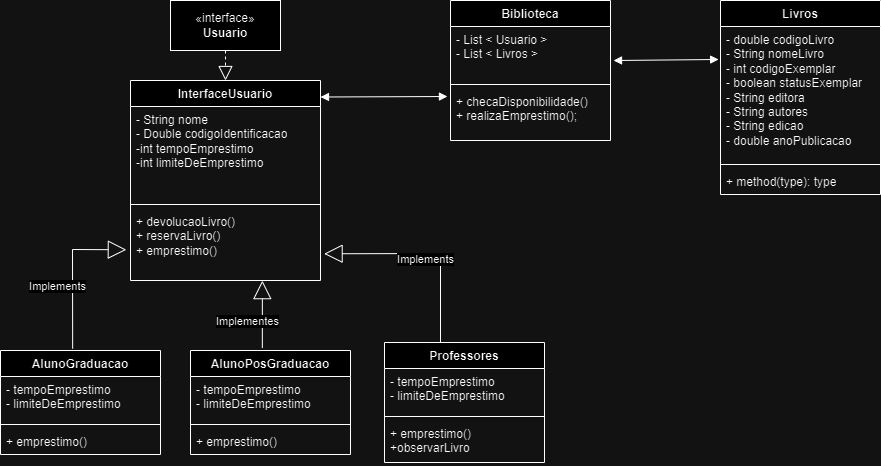
This is ClassesProjeto/DiagramaClassesTemporario.png from JoseRaimundo27/Trabalho-Final-EngSofware, a draw.io export, as it was before one commit. Source tidied: cells renumbered, new cells last; positions are measured from the earlier drawing's top-left corner, leaving out a move shared by most shapes.
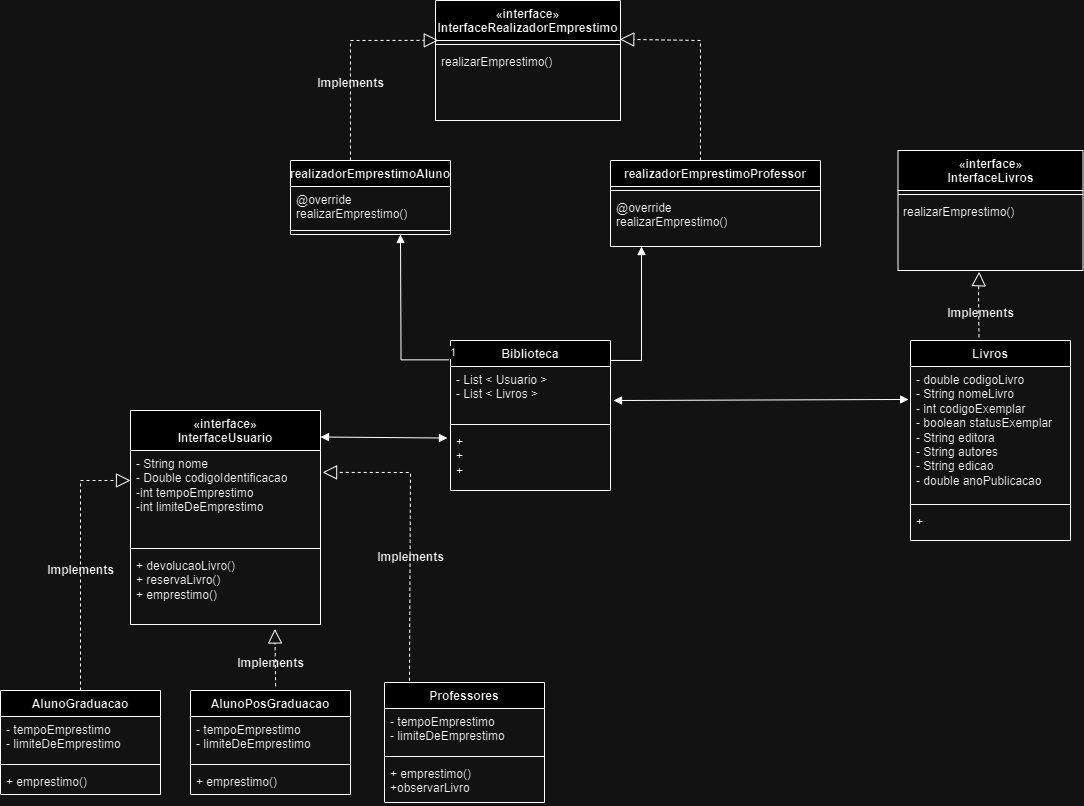
The same diagram one commit later.

What changed in the source:
```diff
@@ -2,23 +2,24 @@
   <root>
     <mxCell id="0" />
     <mxCell id="1" parent="0" />
-    <mxCell id="2" value="«interface»&lt;br&gt;&lt;b&gt;Usuario&lt;/b&gt;" style="html=1;whiteSpace=wrap;" parent="1" vertex="1">
-      <mxGeometry x="170" width="110" height="50" as="geometry" />
-    </mxCell>
-    <mxCell id="3" value="InterfaceUsuario" style="swimlane;fontStyle=1;align=center;verticalAlign=top;horizontal=1;startSize=26;whiteSpace=wrap;html=1;" parent="1" vertex="1">
-      <mxGeometry x="130" y="80" width="190" height="200" as="geometry" />
+    <mxCell id="3" value="«interface»&lt;br&gt;InterfaceUsuario" style="swimlane;fontStyle=1;align=center;verticalAlign=top;horizontal=1;startSize=40;whiteSpace=wrap;html=1;" parent="1" vertex="1">
+      <mxGeometry x="130" y="70" width="190" height="214" as="geometry" />
     </mxCell>
     <mxCell id="4" value="- String nome&lt;br&gt;- Double codigoIdentificacao&lt;br&gt;-int tempoEmprestimo&lt;br&gt;-int limiteDeEmprestimo&lt;br&gt;" style="text;strokeColor=none;fillColor=none;align=left;verticalAlign=top;spacingLeft=4;spacingRight=4;overflow=hidden;points=[[0,0.5],[1,0.5]];portConstraint=eastwest;whiteSpace=wrap;html=1;" parent="3" vertex="1">
-      <mxGeometry y="26" width="190" height="94" as="geometry" />
+      <mxGeometry y="40" width="190" height="94" as="geometry" />
     </mxCell>
     <mxCell id="5" style="line;strokeWidth=1;fillColor=none;align=left;verticalAlign=middle;spacingTop=-1;spacingLeft=3;spacingRight=3;labelPosition=right;strokeColor=inherit;" parent="3" vertex="1">
-      <mxGeometry y="120" width="190" height="8" as="geometry" />
+      <mxGeometry y="134" width="190" height="8" as="geometry" />
     </mxCell>
     <mxCell id="6" value="+ devolucaoLivro()&lt;br&gt;+ reservaLivro()&lt;br&gt;+ emprestimo()" style="text;strokeColor=none;fillColor=none;align=left;verticalAlign=top;spacingLeft=4;spacingRight=4;overflow=hidden;points=[[0,0.5],[1,0.5]];portConstraint=eastwest;whiteSpace=wrap;html=1;" parent="3" vertex="1">
-      <mxGeometry y="128" width="190" height="72" as="geometry" />
+      <mxGeometry y="142" width="190" height="72" as="geometry" />
     </mxCell>
-    <mxCell id="7" style="endArrow=block;dashed=1;endFill=0;endSize=12;html=1;rounded=0;exitX=0.5;exitY=1;exitDx=0;exitDy=0;" parent="1" edge="1" source="2" target="3">
-      <mxGeometry relative="1" as="geometry" />
+    <mxCell id="7" style="endArrow=block;dashed=1;endFill=0;endSize=12;html=1;rounded=0;exitX=0.5;exitY=0;exitDx=0;exitDy=0;entryX=0;entryY=0.319;entryDx=0;entryDy=0;entryPerimeter=0;" parent="1" edge="1" source="8" target="4">
+      <mxGeometry relative="1" as="geometry">
+        <Array as="points">
+          <mxPoint x="80" y="140" />
+        </Array>
+      </mxGeometry>
     </mxCell>
     <mxCell id="8" value="AlunoGraduacao" style="swimlane;fontStyle=1;align=center;verticalAlign=top;horizontal=1;startSize=26;whiteSpace=wrap;html=1;" parent="1" vertex="1">
       <mxGeometry y="350" width="160" height="104" as="geometry" />
@@ -56,26 +57,8 @@
     <mxCell id="19" value="+ emprestimo()&lt;br&gt;+observarLivro" style="text;strokeColor=none;fillColor=none;align=left;verticalAlign=top;spacingLeft=4;spacingRight=4;overflow=hidden;whiteSpace=wrap;html=1;" parent="16" vertex="1">
       <mxGeometry y="78" width="160" height="42" as="geometry" />
     </mxCell>
-    <mxCell id="20" value="Implements" style="endArrow=block;endSize=16;endFill=0;html=1;rounded=0;entryX=-0.022;entryY=0.573;entryDx=0;entryDy=0;entryPerimeter=0;exitX=0.451;exitY=-0.018;exitDx=0;exitDy=0;exitPerimeter=0;" parent="1" edge="1" source="8" target="6">
-      <mxGeometry x="-0.19" y="15" relative="1" as="geometry">
-        <Array as="points">
-          <mxPoint x="72" y="249" />
-        </Array>
-      </mxGeometry>
-    </mxCell>
-    <mxCell id="21" value="Implements" style="endArrow=block;endSize=16;endFill=0;html=1;rounded=0;entryX=1.019;entryY=0.629;entryDx=0;entryDy=0;entryPerimeter=0;" parent="1" edge="1" target="6">
-      <mxGeometry x="-0.19" y="15" relative="1" as="geometry">
-        <mxPoint x="440" y="342" as="sourcePoint" />
-        <Array as="points">
-          <mxPoint x="440" y="253" />
-        </Array>
-      </mxGeometry>
-    </mxCell>
-    <mxCell id="22" value="Implementes" style="endArrow=block;endSize=16;endFill=0;html=1;rounded=0;entryX=0.694;entryY=1.002;entryDx=0;entryDy=0;entryPerimeter=0;exitX=0.449;exitY=-0.023;exitDx=0;exitDy=0;exitPerimeter=0;" parent="1" edge="1" source="12" target="6">
-      <mxGeometry x="-0.19" y="15" relative="1" as="geometry" />
-    </mxCell>
     <mxCell id="23" value="Biblioteca" style="swimlane;fontStyle=1;align=center;verticalAlign=top;horizontal=1;startSize=26;whiteSpace=wrap;html=1;" parent="1" vertex="1">
-      <mxGeometry x="450" width="160" height="140" as="geometry" />
+      <mxGeometry x="450" width="160" height="150" as="geometry" />
     </mxCell>
     <mxCell id="24" value="- List &amp;lt; Usuario &amp;gt;&lt;br&gt;- List &amp;lt; Livros &amp;gt;" style="text;strokeColor=none;fillColor=none;align=left;verticalAlign=top;spacingLeft=4;spacingRight=4;overflow=hidden;points=[[0,0.5],[1,0.5]];portConstraint=eastwest;whiteSpace=wrap;html=1;" parent="23" vertex="1">
       <mxGeometry y="26" width="160" height="54" as="geometry" />
@@ -83,11 +66,11 @@
     <mxCell id="25" style="line;strokeWidth=1;fillColor=none;align=left;verticalAlign=middle;spacingTop=-1;spacingLeft=3;spacingRight=3;labelPosition=right;strokeColor=inherit;" parent="23" vertex="1">
       <mxGeometry y="80" width="160" height="8" as="geometry" />
     </mxCell>
-    <mxCell id="26" value="+ checaDisponibilidade()&lt;br&gt;+ realizaEmprestimo();" style="text;strokeColor=none;fillColor=none;align=left;verticalAlign=top;spacingLeft=4;spacingRight=4;overflow=hidden;points=[[0,0.5],[1,0.5]];portConstraint=eastwest;whiteSpace=wrap;html=1;" parent="23" vertex="1">
-      <mxGeometry y="88" width="160" height="52" as="geometry" />
+    <mxCell id="26" value="+&lt;br&gt;+&lt;br&gt;+" style="text;strokeColor=none;fillColor=none;align=left;verticalAlign=top;spacingLeft=4;spacingRight=4;overflow=hidden;points=[[0,0.5],[1,0.5]];portConstraint=eastwest;whiteSpace=wrap;html=1;" parent="23" vertex="1">
+      <mxGeometry y="88" width="160" height="62" as="geometry" />
     </mxCell>
     <mxCell id="27" value="Livros" style="swimlane;fontStyle=1;align=center;verticalAlign=top;horizontal=1;startSize=26;whiteSpace=wrap;html=1;" parent="1" vertex="1">
-      <mxGeometry x="720" width="160" height="194" as="geometry" />
+      <mxGeometry x="910" width="160" height="200" as="geometry" />
     </mxCell>
     <mxCell id="28" value="- double codigoLivro&lt;br&gt;- String nomeLivro&lt;br&gt;- int codigoExemplar&lt;br&gt;- boolean statusExemplar&lt;br&gt;- String editora&lt;br&gt;- String autores&lt;br&gt;- String edicao&lt;br&gt;- double anoPublicacao" style="text;strokeColor=none;fillColor=none;align=left;verticalAlign=top;spacingLeft=4;spacingRight=4;overflow=hidden;points=[[0,0.5],[1,0.5]];portConstraint=eastwest;whiteSpace=wrap;html=1;" parent="27" vertex="1">
       <mxGeometry y="26" width="160" height="134" as="geometry" />
@@ -95,8 +78,8 @@
     <mxCell id="29" style="line;strokeWidth=1;fillColor=none;align=left;verticalAlign=middle;spacingTop=-1;spacingLeft=3;spacingRight=3;labelPosition=right;strokeColor=inherit;" parent="27" vertex="1">
       <mxGeometry y="160" width="160" height="8" as="geometry" />
     </mxCell>
-    <mxCell id="30" value="+ method(type): type" style="text;strokeColor=none;fillColor=none;align=left;verticalAlign=top;spacingLeft=4;spacingRight=4;overflow=hidden;whiteSpace=wrap;html=1;" parent="27" vertex="1">
-      <mxGeometry y="168" width="160" height="26" as="geometry" />
+    <mxCell id="30" value="+&lt;br&gt;" style="text;strokeColor=none;fillColor=none;align=left;verticalAlign=top;spacingLeft=4;spacingRight=4;overflow=hidden;whiteSpace=wrap;html=1;" parent="27" vertex="1">
+      <mxGeometry y="168" width="160" height="32" as="geometry" />
     </mxCell>
     <mxCell id="31" style="endArrow=block;startArrow=block;endFill=1;startFill=1;html=1;rounded=0;entryX=-0.019;entryY=0.154;entryDx=0;entryDy=0;entryPerimeter=0;" parent="1" edge="1" target="26">
       <mxGeometry relative="1" as="geometry">
@@ -106,5 +89,108 @@
     <mxCell id="32" style="endArrow=block;startArrow=block;endFill=1;startFill=1;html=1;rounded=0;exitX=1.019;exitY=0.63;exitDx=0;exitDy=0;exitPerimeter=0;entryX=-0.012;entryY=0.246;entryDx=0;entryDy=0;entryPerimeter=0;" parent="1" edge="1" source="24" target="28">
       <mxGeometry relative="1" as="geometry" />
     </mxCell>
+    <mxCell id="33" value="realizadorEmprestimoAluno" style="swimlane;fontStyle=1;align=center;verticalAlign=top;horizontal=1;startSize=26;whiteSpace=wrap;html=1;" parent="1" vertex="1">
+      <mxGeometry x="290" y="-180" width="160" height="74" as="geometry" />
+    </mxCell>
+    <mxCell id="34" value="@override&lt;br&gt;realizarEmprestimo()" style="text;strokeColor=none;fillColor=none;align=left;verticalAlign=top;spacingLeft=4;spacingRight=4;overflow=hidden;whiteSpace=wrap;html=1;" parent="33" vertex="1">
+      <mxGeometry y="26" width="160" height="40" as="geometry" />
+    </mxCell>
+    <mxCell id="35" style="line;strokeWidth=1;fillColor=none;align=left;verticalAlign=middle;spacingTop=-1;spacingLeft=3;spacingRight=3;labelPosition=right;strokeColor=inherit;" parent="33" vertex="1">
+      <mxGeometry y="66" width="160" height="8" as="geometry" />
+    </mxCell>
+    <mxCell id="36" value="«interface»&lt;br style=&quot;border-color: var(--border-color); font-weight: 400;&quot;&gt;InterfaceRealizadorEmprestimo" style="swimlane;fontStyle=1;align=center;verticalAlign=top;horizontal=1;startSize=40;whiteSpace=wrap;html=1;" parent="1" vertex="1">
+      <mxGeometry x="435" y="-340" width="185" height="120" as="geometry" />
+    </mxCell>
+    <mxCell id="37" style="line;strokeWidth=1;fillColor=none;align=left;verticalAlign=middle;spacingTop=-1;spacingLeft=3;spacingRight=3;labelPosition=right;strokeColor=inherit;" parent="36" vertex="1">
+      <mxGeometry y="40" width="185" height="8" as="geometry" />
+    </mxCell>
+    <mxCell id="38" value="realizarEmprestimo()" style="text;strokeColor=none;fillColor=none;align=left;verticalAlign=top;spacingLeft=4;spacingRight=4;overflow=hidden;whiteSpace=wrap;html=1;" parent="36" vertex="1">
+      <mxGeometry y="48" width="185" height="72" as="geometry" />
+    </mxCell>
+    <mxCell id="39" value="realizadorEmprestimoProfessor" style="swimlane;fontStyle=1;align=center;verticalAlign=top;horizontal=1;startSize=26;whiteSpace=wrap;html=1;" parent="1" vertex="1">
+      <mxGeometry x="610" y="-180" width="210" height="86" as="geometry" />
+    </mxCell>
+    <mxCell id="40" style="line;strokeWidth=1;fillColor=none;align=left;verticalAlign=middle;spacingTop=-1;spacingLeft=3;spacingRight=3;labelPosition=right;strokeColor=inherit;" parent="39" vertex="1">
+      <mxGeometry y="26" width="210" height="8" as="geometry" />
+    </mxCell>
+    <mxCell id="41" value="@override&lt;br&gt;realizarEmprestimo()" style="text;strokeColor=none;fillColor=none;align=left;verticalAlign=top;spacingLeft=4;spacingRight=4;overflow=hidden;whiteSpace=wrap;html=1;" parent="39" vertex="1">
+      <mxGeometry y="34" width="210" height="52" as="geometry" />
+    </mxCell>
+    <mxCell id="42" style="endArrow=block;endFill=1;html=1;edgeStyle=orthogonalEdgeStyle;align=left;verticalAlign=top;rounded=0;entryX=0.75;entryY=1;entryDx=0;entryDy=0;exitX=-0.012;exitY=0.129;exitDx=0;exitDy=0;exitPerimeter=0;" parent="1" edge="1" source="23">
+      <mxGeometry x="-1" relative="1" as="geometry">
+        <mxPoint x="400" y="-106" as="targetPoint" />
+      </mxGeometry>
+    </mxCell>
+    <mxCell id="43" value="1" style="edgeLabel;html=1;align=left;verticalAlign=bottom;" parent="42" vertex="1">
+      <mxGeometry x="-1" relative="1" as="geometry" />
+    </mxCell>
+    <mxCell id="44" style="endArrow=block;endFill=1;html=1;edgeStyle=orthogonalEdgeStyle;align=left;verticalAlign=top;rounded=0;entryX=0.75;entryY=1;entryDx=0;entryDy=0;exitX=1;exitY=0.096;exitDx=0;exitDy=0;exitPerimeter=0;" parent="1" edge="1" source="24">
+      <mxGeometry x="-0.32" y="30" relative="1" as="geometry">
+        <mxPoint x="640" y="-94" as="targetPoint" />
+        <Array as="points">
+          <mxPoint x="610" y="20" />
+          <mxPoint x="641" y="20" />
+          <mxPoint x="641" y="-94" />
+        </Array>
+      </mxGeometry>
+    </mxCell>
+    <mxCell id="45" value="Implements" style="text;align=center;fontStyle=1;verticalAlign=middle;spacingLeft=3;spacingRight=3;strokeColor=none;html=1;" parent="1" vertex="1">
+      <mxGeometry x="40" y="217" width="80" height="26" as="geometry" />
+    </mxCell>
+    <mxCell id="46" style="endArrow=block;dashed=1;endFill=0;endSize=12;html=1;rounded=0;exitX=0.156;exitY=-0.015;exitDx=0;exitDy=0;exitPerimeter=0;entryX=0.156;entryY=-0.015;entryDx=0;entryDy=0;entryPerimeter=0;" parent="1" edge="1" source="16">
+      <mxGeometry relative="1" as="geometry">
+        <mxPoint x="322.1" y="131.9" as="targetPoint" />
+        <Array as="points">
+          <mxPoint x="410" y="132" />
+        </Array>
+      </mxGeometry>
+    </mxCell>
+    <mxCell id="22" style="endArrow=block;dashed=1;endFill=0;endSize=12;html=1;rounded=0;exitX=0.532;exitY=-0.041;exitDx=0;exitDy=0;exitPerimeter=0;entryX=0.76;entryY=1.062;entryDx=0;entryDy=0;entryPerimeter=0;" parent="1" edge="1" source="12" target="6">
+      <mxGeometry relative="1" as="geometry" />
+    </mxCell>
+    <mxCell id="47" value="Implements" style="text;align=center;fontStyle=1;verticalAlign=middle;spacingLeft=3;spacingRight=3;strokeColor=none;html=1;" parent="1" vertex="1">
+      <mxGeometry x="230" y="310" width="80" height="26" as="geometry" />
+    </mxCell>
+    <mxCell id="48" value="Implements" style="text;align=center;fontStyle=1;verticalAlign=middle;spacingLeft=3;spacingRight=3;strokeColor=none;html=1;" parent="1" vertex="1">
+      <mxGeometry x="370" y="204" width="80" height="26" as="geometry" />
+    </mxCell>
+    <mxCell id="49" value="Implements" style="text;align=center;fontStyle=1;verticalAlign=middle;spacingLeft=3;spacingRight=3;strokeColor=none;html=1;" parent="1" vertex="1">
+      <mxGeometry x="310" y="-270" width="80" height="26" as="geometry" />
+    </mxCell>
+    <mxCell id="50" style="endArrow=block;dashed=1;endFill=0;endSize=12;html=1;rounded=0;exitX=0.015;exitY=0.332;exitDx=0;exitDy=0;exitPerimeter=0;entryX=0.015;entryY=0.332;entryDx=0;entryDy=0;entryPerimeter=0;" parent="1" edge="1" target="36">
+      <mxGeometry relative="1" as="geometry">
+        <mxPoint x="350" y="-180" as="sourcePoint" />
+        <Array as="points">
+          <mxPoint x="350" y="-300" />
+        </Array>
+      </mxGeometry>
+    </mxCell>
+    <mxCell id="51" style="endArrow=block;dashed=1;endFill=0;endSize=12;html=1;rounded=0;entryX=0.996;entryY=0.323;entryDx=0;entryDy=0;exitX=0.996;exitY=0.323;exitDx=0;exitDy=0;exitPerimeter=0;entryPerimeter=0;" parent="1" edge="1" target="36">
+      <mxGeometry relative="1" as="geometry">
+        <mxPoint x="700" y="-180" as="sourcePoint" />
+        <Array as="points">
+          <mxPoint x="700" y="-300" />
+        </Array>
+      </mxGeometry>
+    </mxCell>
+    <mxCell id="52" value="Implements" style="text;align=center;fontStyle=1;verticalAlign=middle;spacingLeft=3;spacingRight=3;strokeColor=none;html=1;" parent="1" vertex="1">
+      <mxGeometry x="940" y="-40" width="80" height="26" as="geometry" />
+    </mxCell>
+    <mxCell id="53" value="«interface»&lt;br style=&quot;border-color: var(--border-color); font-weight: 400;&quot;&gt;InterfaceLivros" style="swimlane;fontStyle=1;align=center;verticalAlign=top;horizontal=1;startSize=40;whiteSpace=wrap;html=1;" parent="1" vertex="1">
+      <mxGeometry x="897.5" y="-190" width="185" height="120" as="geometry" />
+    </mxCell>
+    <mxCell id="54" style="line;strokeWidth=1;fillColor=none;align=left;verticalAlign=middle;spacingTop=-1;spacingLeft=3;spacingRight=3;labelPosition=right;strokeColor=inherit;" parent="53" vertex="1">
+      <mxGeometry y="40" width="185" height="8" as="geometry" />
+    </mxCell>
+    <mxCell id="55" value="realizarEmprestimo()" style="text;strokeColor=none;fillColor=none;align=left;verticalAlign=top;spacingLeft=4;spacingRight=4;overflow=hidden;points=[[0,0.5],[1,0.5]];portConstraint=eastwest;whiteSpace=wrap;html=1;" parent="53" vertex="1">
+      <mxGeometry y="48" width="185" height="72" as="geometry" />
+    </mxCell>
+    <mxCell id="56" style="endArrow=block;dashed=1;endFill=0;endSize=12;html=1;rounded=0;exitX=0.428;exitY=-0.016;exitDx=0;exitDy=0;exitPerimeter=0;entryX=0.439;entryY=1.017;entryDx=0;entryDy=0;entryPerimeter=0;" parent="1" edge="1" source="27" target="55">
+      <mxGeometry relative="1" as="geometry">
+        <Array as="points">
+          <mxPoint x="978" y="-49" />
+        </Array>
+      </mxGeometry>
+    </mxCell>
   </root>
 </mxGraphModel>
```
